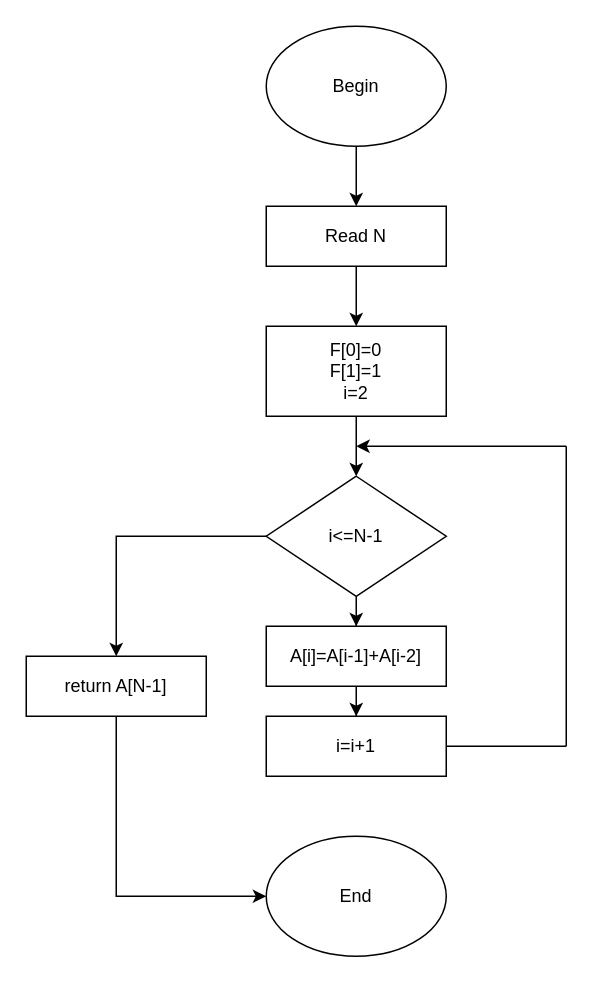
Above: page "Page-2" (2 of 2) of Fibonacci.drawio in 106210049/OOP_excercise (draw.io), before the change. Source tidied: cells renumbered, new cells numbered last; positions are measured from the earlier drawing's top-left corner, leaving out a move shared by most shapes. Both pictures are drawn from the tidied source at 150%, with x=0, y=0 at pixel (26, 26).
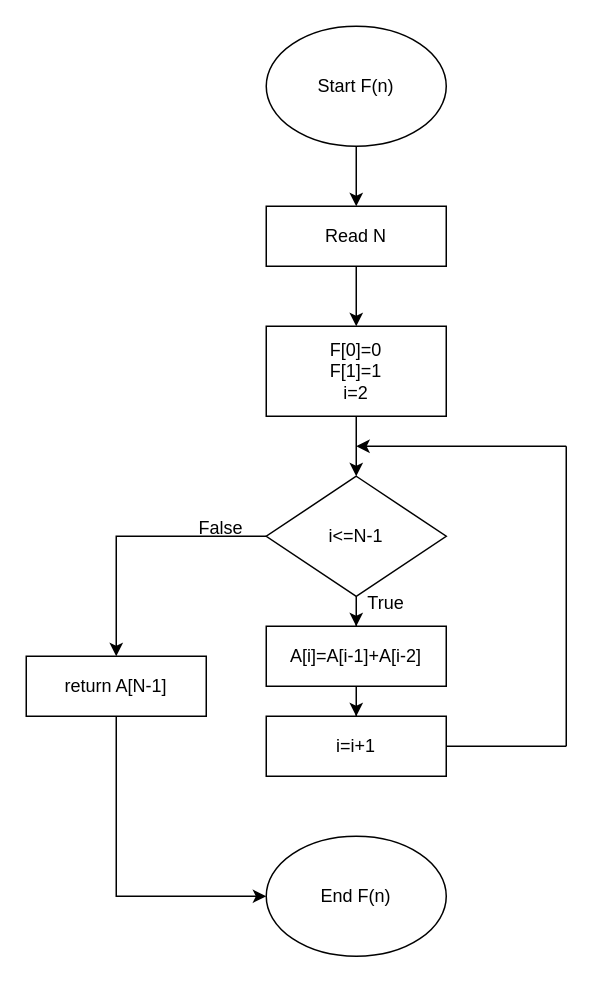
Above is the later version.

Diff of the diagram source:
```diff
@@
-    <mxCell id="3" value="Begin" style="ellipse;whiteSpace=wrap;html=1;" parent="1" vertex="1">
+    <mxCell id="3" value="Start F(n)" style="ellipse;whiteSpace=wrap;html=1;" parent="1" vertex="1">
       <mxGeometry x="160" width="120" height="80" as="geometry" />
     </mxCell>
@@
-    <mxCell id="19" value="End" style="ellipse;whiteSpace=wrap;html=1;" parent="1" vertex="1">
+    <mxCell id="19" value="End F(n)" style="ellipse;whiteSpace=wrap;html=1;" parent="1" vertex="1">
       <mxGeometry x="160" y="540" width="120" height="80" as="geometry" />
     </mxCell>
+    <mxCell id="20" value="True" style="text;strokeColor=none;align=center;fillColor=none;html=1;verticalAlign=middle;whiteSpace=wrap;rounded=0;" parent="1" vertex="1">
+      <mxGeometry x="210" y="370" width="60" height="30" as="geometry" />
+    </mxCell>
+    <mxCell id="21" value="False" style="text;strokeColor=none;align=center;fillColor=none;html=1;verticalAlign=middle;whiteSpace=wrap;rounded=0;" parent="1" vertex="1">
+      <mxGeometry x="100" y="320" width="60" height="30" as="geometry" />
+    </mxCell>
```
